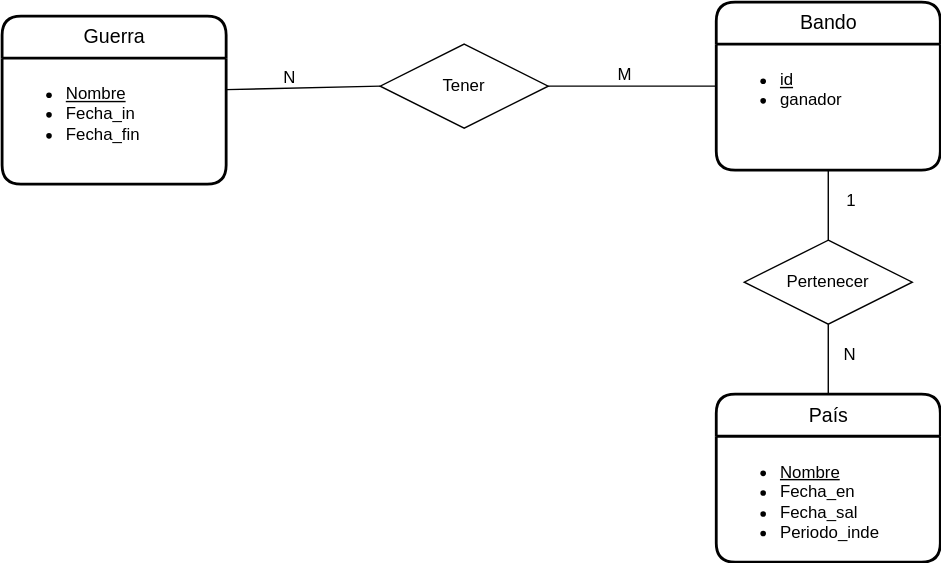
The draw.io diagram UD12-4.svg in Jimxx22/C3-UD11-UML, before a commit. Source tidied: cells renumbered, new cells last; positions are measured from the earlier drawing's top-left corner, leaving out a move shared by most shapes.
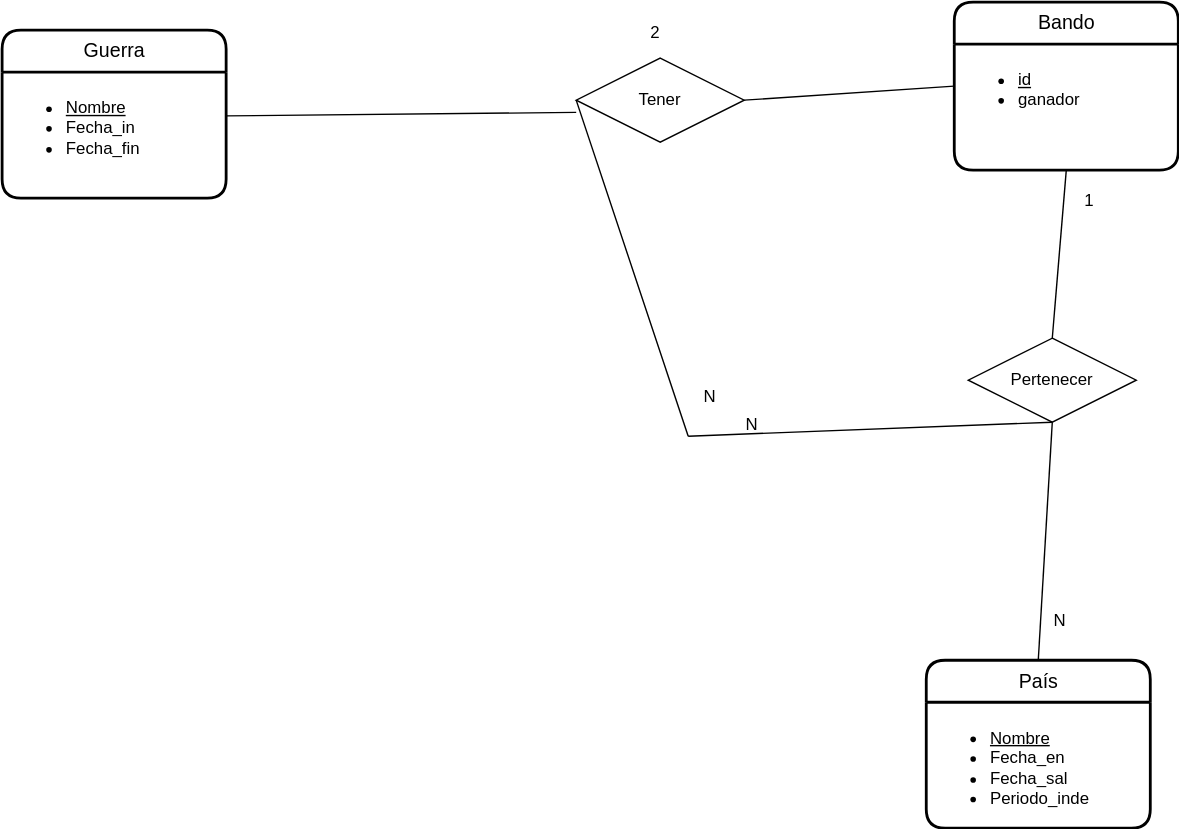
Above is the later version.

Diff of the diagram source:
```diff
@@ -3,55 +3,57 @@
     <mxCell id="0" />
     <mxCell id="1" parent="0" />
     <mxCell id="2" value="Guerra" style="swimlane;horizontal=1;startSize=30;rounded=1;fontSize=14;fontStyle=0;strokeWidth=2;shadow=0;dashed=0;align=center;glass=0;fillColor=default;html=1;" parent="1" vertex="1">
-      <mxGeometry y="10" width="160" height="120" as="geometry" />
+      <mxGeometry x="-50" y="-150" width="160" height="120" as="geometry" />
     </mxCell>
     <mxCell id="3" value="&lt;ul&gt;&lt;li&gt;&lt;span style=&quot;background-color: initial;&quot;&gt;&lt;u&gt;Nombre&lt;/u&gt;&lt;/span&gt;&lt;/li&gt;&lt;li&gt;Fecha_in&lt;/li&gt;&lt;li&gt;Fecha_fin&lt;/li&gt;&lt;/ul&gt;" style="align=left;strokeColor=none;fillColor=none;spacingLeft=4;fontSize=12;verticalAlign=top;rounded=0;glass=0;html=1;" parent="2" vertex="1">
       <mxGeometry y="30" width="160" height="90" as="geometry" />
     </mxCell>
     <mxCell id="4" value="Tener" style="shape=rhombus;perimeter=rhombusPerimeter;whiteSpace=wrap;html=1;align=center;" parent="1" vertex="1">
-      <mxGeometry x="270" y="30" width="120" height="60" as="geometry" />
+      <mxGeometry x="360" y="-130" width="120" height="60" as="geometry" />
     </mxCell>
     <mxCell id="5" value="Bando" style="swimlane;horizontal=1;startSize=30;rounded=1;fontSize=14;fontStyle=0;strokeWidth=2;shadow=0;dashed=0;align=center;glass=0;fillColor=default;html=1;" parent="1" vertex="1">
-      <mxGeometry x="510" width="160" height="120" as="geometry" />
+      <mxGeometry x="630" y="-170" width="160" height="120" as="geometry" />
     </mxCell>
     <mxCell id="6" value="&lt;ul&gt;&lt;li&gt;&lt;u&gt;id&lt;/u&gt;&lt;/li&gt;&lt;li&gt;&lt;span style=&quot;background-color: initial;&quot;&gt;ganador&lt;/span&gt;&lt;br&gt;&lt;/li&gt;&lt;/ul&gt;" style="align=left;strokeColor=none;fillColor=none;spacingLeft=4;fontSize=12;verticalAlign=top;rounded=0;glass=0;html=1;" parent="5" vertex="1">
       <mxGeometry y="30" width="160" height="90" as="geometry" />
     </mxCell>
     <mxCell id="7" value="País" style="swimlane;horizontal=1;startSize=30;rounded=1;fontSize=14;fontStyle=0;strokeWidth=2;shadow=0;dashed=0;align=center;glass=0;fillColor=default;html=1;" parent="1" vertex="1">
-      <mxGeometry x="510" y="280" width="160" height="120" as="geometry" />
+      <mxGeometry x="610" y="300" width="160" height="120" as="geometry" />
     </mxCell>
     <mxCell id="8" value="&lt;ul&gt;&lt;li&gt;&lt;u&gt;Nombre&lt;/u&gt;&lt;/li&gt;&lt;li&gt;&lt;span style=&quot;background-color: initial;&quot;&gt;Fecha_en&lt;/span&gt;&lt;br&gt;&lt;/li&gt;&lt;li&gt;&lt;span style=&quot;background-color: initial;&quot;&gt;Fecha_sal&lt;/span&gt;&lt;/li&gt;&lt;li&gt;&lt;span style=&quot;background-color: initial;&quot;&gt;Periodo_inde&lt;/span&gt;&lt;/li&gt;&lt;/ul&gt;" style="align=left;strokeColor=none;fillColor=none;spacingLeft=4;fontSize=12;verticalAlign=top;rounded=0;glass=0;html=1;" parent="7" vertex="1">
       <mxGeometry y="30" width="160" height="90" as="geometry" />
     </mxCell>
-    <mxCell id="9" style="endArrow=none;html=1;rounded=0;exitX=0;exitY=0.5;exitDx=0;exitDy=0;entryX=1;entryY=0.25;entryDx=0;entryDy=0;" parent="1" edge="1" source="4" target="x">
-      <mxGeometry relative="1" as="geometry" />
+    <mxCell id="9" style="endArrow=none;html=1;rounded=0;exitX=0;exitY=0.5;exitDx=0;exitDy=0;entryX=1;entryY=0.25;entryDx=0;entryDy=0;" parent="1" edge="1" source="4">
+      <mxGeometry relative="1" as="geometry">
+        <mxPoint x="440" y="140" as="targetPoint" />
+      </mxGeometry>
     </mxCell>
     <mxCell id="10" value="N" style="html=1;align=right;verticalAlign=bottom;" parent="9" vertex="1">
       <mxGeometry x="1" relative="1" as="geometry">
         <mxPoint x="50" as="offset" />
       </mxGeometry>
     </mxCell>
-    <mxCell id="11" style="endArrow=none;html=1;rounded=0;exitX=0;exitY=0.5;exitDx=0;exitDy=0;entryX=1;entryY=0.25;entryDx=0;entryDy=0;" parent="1" edge="1" source="4" target="3">
-      <mxGeometry relative="1" as="geometry" />
+    <mxCell id="11" style="endArrow=none;html=1;rounded=0;exitX=0;exitY=0.5;exitDx=0;exitDy=0;entryX=1;entryY=0.25;entryDx=0;entryDy=0;" parent="1" edge="1">
+      <mxGeometry relative="1" as="geometry">
+        <mxPoint x="360" y="-91.2" as="sourcePoint" />
+        <mxPoint x="110" y="-88.8" as="targetPoint" />
+      </mxGeometry>
     </mxCell>
-    <mxCell id="12" value="N" style="html=1;align=right;verticalAlign=bottom;" parent="11" vertex="1">
+    <mxCell id="12" value="2" style="html=1;align=right;verticalAlign=bottom;" parent="11" vertex="1">
       <mxGeometry x="1" relative="1" as="geometry">
-        <mxPoint x="50" as="offset" />
+        <mxPoint x="310" y="-51" as="offset" />
       </mxGeometry>
     </mxCell>
     <mxCell id="13" value="Pertenecer" style="shape=rhombus;perimeter=rhombusPerimeter;whiteSpace=wrap;html=1;align=center;" parent="1" vertex="1">
-      <mxGeometry x="530" y="170" width="120" height="60" as="geometry" />
+      <mxGeometry x="640" y="70" width="120" height="60" as="geometry" />
     </mxCell>
     <mxCell id="14" style="endArrow=none;html=1;rounded=0;exitX=1;exitY=0.5;exitDx=0;exitDy=0;entryX=0;entryY=0.5;entryDx=0;entryDy=0;" parent="1" edge="1" source="4" target="5">
       <mxGeometry relative="1" as="geometry" />
     </mxCell>
-    <mxCell id="15" value="M" style="html=1;align=right;verticalAlign=bottom;" parent="14" vertex="1">
-      <mxGeometry x="1" relative="1" as="geometry">
-        <mxPoint x="-60" as="offset" />
-      </mxGeometry>
-    </mxCell>
-    <mxCell id="16" style="endArrow=none;html=1;rounded=0;entryX=0.5;entryY=0;entryDx=0;entryDy=0;exitX=0.5;exitY=1;exitDx=0;exitDy=0;" parent="1" edge="1" source="13" target="x">
-      <mxGeometry relative="1" as="geometry" />
+    <mxCell id="16" style="endArrow=none;html=1;rounded=0;entryX=0.5;entryY=0;entryDx=0;entryDy=0;exitX=0.5;exitY=1;exitDx=0;exitDy=0;" parent="1" edge="1" source="13">
+      <mxGeometry relative="1" as="geometry">
+        <mxPoint x="440" y="140" as="targetPoint" />
+      </mxGeometry>
     </mxCell>
     <mxCell id="17" value="N" style="html=1;align=right;verticalAlign=bottom;" parent="16" vertex="1">
       <mxGeometry x="1" relative="1" as="geometry">
```
